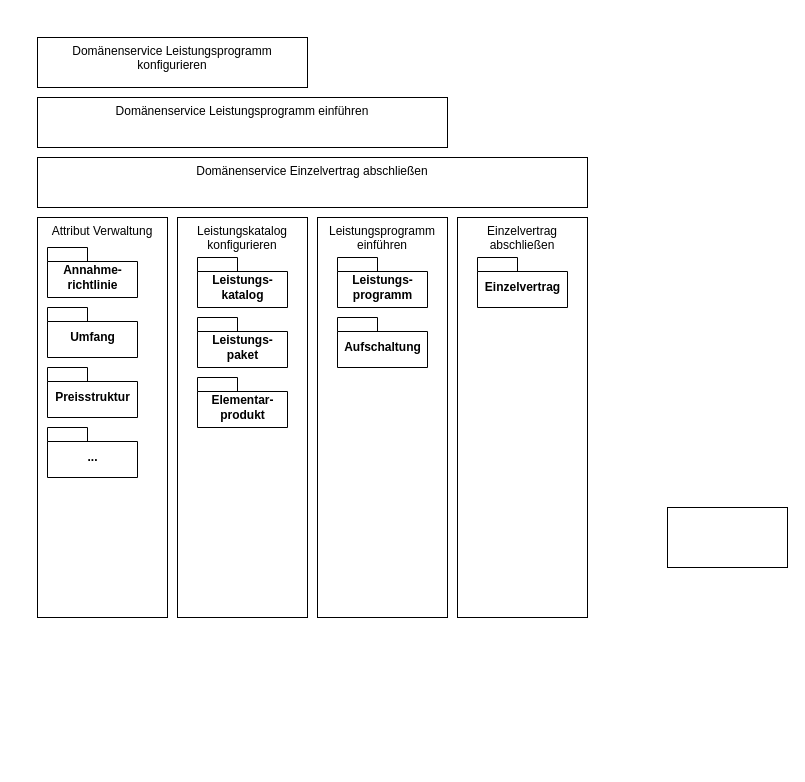
The draw.io diagram ArchitekturCarGarantie.drawio in Grinseteddy/OpenAPI-Specification, before the edit. Source tidied: cells renumbered, new cells numbered last; positions are measured from the earlier drawing's top-left corner, leaving out a move shared by most shapes. Both pictures are drawn from the tidied source at 100%, with x=0, y=0 at pixel (37, 37).
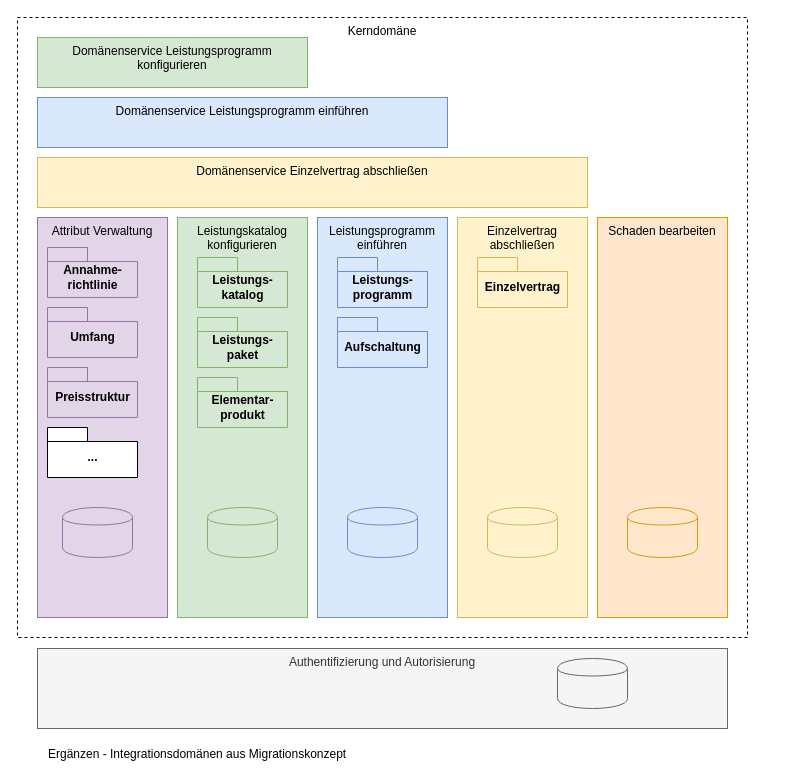
The same page after the edit.

What changed in the source:
```diff
@@
+    <mxCell id="20" value="Kerndomäne" style="rounded=0;whiteSpace=wrap;html=1;verticalAlign=top;dashed=1;" parent="1" vertex="1">
+      <mxGeometry x="-20" y="-20" width="730" height="620" as="geometry" />
+    </mxCell>
-    <mxCell id="2" value="Attribut Verwaltung" style="rounded=0;whiteSpace=wrap;html=1;verticalAlign=top;" parent="1" vertex="1">
+    <mxCell id="2" value="Attribut Verwaltung" style="rounded=0;whiteSpace=wrap;html=1;verticalAlign=top;fillColor=#e1d5e7;strokeColor=#9673a6;" parent="1" vertex="1">
       <mxGeometry y="180" width="130" height="400" as="geometry" />
     </mxCell>
-    <mxCell id="3" style="rounded=0;whiteSpace=wrap;html=1;" parent="1" vertex="1">
-      <mxGeometry x="630" y="470" width="120" height="60" as="geometry" />
-    </mxCell>
-    <mxCell id="4" value="Annahme-&lt;br&gt;richtlinie" style="shape=folder;fontStyle=1;spacingTop=10;tabWidth=40;tabHeight=14;tabPosition=left;html=1;" parent="1" vertex="1">
+    <mxCell id="4" value="Annahme-&lt;br&gt;richtlinie" style="shape=folder;fontStyle=1;spacingTop=10;tabWidth=40;tabHeight=14;tabPosition=left;html=1;fillColor=#e1d5e7;strokeColor=#9673a6;" parent="1" vertex="1">
       <mxGeometry x="10" y="210" width="90" height="50" as="geometry" />
     </mxCell>
-    <mxCell id="5" value="Umfang" style="shape=folder;fontStyle=1;spacingTop=10;tabWidth=40;tabHeight=14;tabPosition=left;html=1;" parent="1" vertex="1">
+    <mxCell id="5" value="Umfang" style="shape=folder;fontStyle=1;spacingTop=10;tabWidth=40;tabHeight=14;tabPosition=left;html=1;fillColor=#e1d5e7;strokeColor=#9673a6;" parent="1" vertex="1">
       <mxGeometry x="10" y="270" width="90" height="50" as="geometry" />
     </mxCell>
-    <mxCell id="6" value="Preisstruktur" style="shape=folder;fontStyle=1;spacingTop=10;tabWidth=40;tabHeight=14;tabPosition=left;html=1;" parent="1" vertex="1">
+    <mxCell id="6" value="Preisstruktur" style="shape=folder;fontStyle=1;spacingTop=10;tabWidth=40;tabHeight=14;tabPosition=left;html=1;fillColor=#e1d5e7;strokeColor=#9673a6;" parent="1" vertex="1">
       <mxGeometry x="10" y="330" width="90" height="50" as="geometry" />
     </mxCell>
@@
-    <mxCell id="8" value="Leistungskatalog&lt;br&gt;konfigurieren" style="rounded=0;whiteSpace=wrap;html=1;verticalAlign=top;" parent="1" vertex="1">
+    <mxCell id="8" value="Leistungskatalog&lt;br&gt;konfigurieren" style="rounded=0;whiteSpace=wrap;html=1;verticalAlign=top;fillColor=#d5e8d4;strokeColor=#82b366;" parent="1" vertex="1">
       <mxGeometry x="140" y="180" width="130" height="400" as="geometry" />
     </mxCell>
-    <mxCell id="9" value="Leistungs-&lt;br&gt;katalog" style="shape=folder;fontStyle=1;spacingTop=10;tabWidth=40;tabHeight=14;tabPosition=left;html=1;" parent="1" vertex="1">
+    <mxCell id="9" value="Leistungs-&lt;br&gt;katalog" style="shape=folder;fontStyle=1;spacingTop=10;tabWidth=40;tabHeight=14;tabPosition=left;html=1;fillColor=#d5e8d4;strokeColor=#82b366;" parent="1" vertex="1">
       <mxGeometry x="160" y="220" width="90" height="50" as="geometry" />
     </mxCell>
-    <mxCell id="10" value="Leistungs-&lt;br&gt;paket" style="shape=folder;fontStyle=1;spacingTop=10;tabWidth=40;tabHeight=14;tabPosition=left;html=1;" parent="1" vertex="1">
+    <mxCell id="10" value="Leistungs-&lt;br&gt;paket" style="shape=folder;fontStyle=1;spacingTop=10;tabWidth=40;tabHeight=14;tabPosition=left;html=1;fillColor=#d5e8d4;strokeColor=#82b366;" parent="1" vertex="1">
       <mxGeometry x="160" y="280" width="90" height="50" as="geometry" />
     </mxCell>
-    <mxCell id="11" value="Elementar-&lt;br&gt;produkt" style="shape=folder;fontStyle=1;spacingTop=10;tabWidth=40;tabHeight=14;tabPosition=left;html=1;" parent="1" vertex="1">
+    <mxCell id="11" value="Elementar-&lt;br&gt;produkt" style="shape=folder;fontStyle=1;spacingTop=10;tabWidth=40;tabHeight=14;tabPosition=left;html=1;fillColor=#d5e8d4;strokeColor=#82b366;" parent="1" vertex="1">
       <mxGeometry x="160" y="340" width="90" height="50" as="geometry" />
     </mxCell>
-    <mxCell id="12" value="Leistungsprogramm&lt;br&gt;einführen" style="rounded=0;whiteSpace=wrap;html=1;verticalAlign=top;" parent="1" vertex="1">
+    <mxCell id="12" value="Leistungsprogramm&lt;br&gt;einführen" style="rounded=0;whiteSpace=wrap;html=1;verticalAlign=top;fillColor=#dae8fc;strokeColor=#6c8ebf;" parent="1" vertex="1">
       <mxGeometry x="280" y="180" width="130" height="400" as="geometry" />
     </mxCell>
-    <mxCell id="13" value="Leistungs-&lt;br&gt;programm" style="shape=folder;fontStyle=1;spacingTop=10;tabWidth=40;tabHeight=14;tabPosition=left;html=1;" parent="1" vertex="1">
+    <mxCell id="13" value="Leistungs-&lt;br&gt;programm" style="shape=folder;fontStyle=1;spacingTop=10;tabWidth=40;tabHeight=14;tabPosition=left;html=1;fillColor=#dae8fc;strokeColor=#6c8ebf;" parent="1" vertex="1">
       <mxGeometry x="300" y="220" width="90" height="50" as="geometry" />
     </mxCell>
-    <mxCell id="14" value="Aufschaltung" style="shape=folder;fontStyle=1;spacingTop=10;tabWidth=40;tabHeight=14;tabPosition=left;html=1;" parent="1" vertex="1">
+    <mxCell id="14" value="Aufschaltung" style="shape=folder;fontStyle=1;spacingTop=10;tabWidth=40;tabHeight=14;tabPosition=left;html=1;fillColor=#dae8fc;strokeColor=#6c8ebf;" parent="1" vertex="1">
       <mxGeometry x="300" y="280" width="90" height="50" as="geometry" />
     </mxCell>
-    <mxCell id="15" value="Einzelvertrag&lt;br&gt;abschließen" style="rounded=0;whiteSpace=wrap;html=1;verticalAlign=top;" parent="1" vertex="1">
+    <mxCell id="15" value="Einzelvertrag&lt;br&gt;abschließen" style="rounded=0;whiteSpace=wrap;html=1;verticalAlign=top;fillColor=#fff2cc;strokeColor=#d6b656;" parent="1" vertex="1">
       <mxGeometry x="420" y="180" width="130" height="400" as="geometry" />
     </mxCell>
-    <mxCell id="16" value="Einzelvertrag" style="shape=folder;fontStyle=1;spacingTop=10;tabWidth=40;tabHeight=14;tabPosition=left;html=1;" parent="1" vertex="1">
+    <mxCell id="16" value="Einzelvertrag" style="shape=folder;fontStyle=1;spacingTop=10;tabWidth=40;tabHeight=14;tabPosition=left;html=1;fillColor=#fff2cc;strokeColor=#d6b656;" parent="1" vertex="1">
       <mxGeometry x="440" y="220" width="90" height="50" as="geometry" />
     </mxCell>
-    <mxCell id="17" value="Domänenservice Einzelvertrag abschließen" style="rounded=0;whiteSpace=wrap;html=1;verticalAlign=top;" parent="1" vertex="1">
+    <mxCell id="17" value="Domänenservice Einzelvertrag abschließen" style="rounded=0;whiteSpace=wrap;html=1;verticalAlign=top;fillColor=#fff2cc;strokeColor=#d6b656;" parent="1" vertex="1">
       <mxGeometry y="120" width="550" height="50" as="geometry" />
     </mxCell>
-    <mxCell id="18" value="Domänenservice Leistungsprogramm einführen" style="rounded=0;whiteSpace=wrap;html=1;verticalAlign=top;" parent="1" vertex="1">
+    <mxCell id="18" value="Domänenservice Leistungsprogramm einführen" style="rounded=0;whiteSpace=wrap;html=1;verticalAlign=top;fillColor=#dae8fc;strokeColor=#6c8ebf;" parent="1" vertex="1">
       <mxGeometry y="60" width="410" height="50" as="geometry" />
     </mxCell>
-    <mxCell id="19" value="Domänenservice Leistungsprogramm konfigurieren" style="rounded=0;whiteSpace=wrap;html=1;verticalAlign=top;" parent="1" vertex="1">
+    <mxCell id="19" value="Domänenservice Leistungsprogramm konfigurieren" style="rounded=0;whiteSpace=wrap;html=1;verticalAlign=top;fillColor=#d5e8d4;strokeColor=#82b366;" parent="1" vertex="1">
       <mxGeometry width="270" height="50" as="geometry" />
     </mxCell>
+    <mxCell id="21" value="Authentifizierung und Autorisierung" style="rounded=0;whiteSpace=wrap;html=1;verticalAlign=top;fillColor=#f5f5f5;strokeColor=#666666;fontColor=#333333;" parent="1" vertex="1">
+      <mxGeometry y="611" width="690" height="80" as="geometry" />
+    </mxCell>
+    <mxCell id="22" value="Schaden bearbeiten" style="rounded=0;whiteSpace=wrap;html=1;verticalAlign=top;fillColor=#ffe6cc;strokeColor=#d79b00;" parent="1" vertex="1">
+      <mxGeometry x="560" y="180" width="130" height="400" as="geometry" />
+    </mxCell>
+    <mxCell id="23" style="shape=cylinder;whiteSpace=wrap;html=1;boundedLbl=1;backgroundOutline=1;fillColor=#e1d5e7;strokeColor=#9673a6;" parent="1" vertex="1">
+      <mxGeometry x="25" y="470" width="70" height="50" as="geometry" />
+    </mxCell>
+    <mxCell id="24" style="shape=cylinder;whiteSpace=wrap;html=1;boundedLbl=1;backgroundOutline=1;fillColor=#d5e8d4;strokeColor=#82b366;" parent="1" vertex="1">
+      <mxGeometry x="170" y="470" width="70" height="50" as="geometry" />
+    </mxCell>
+    <mxCell id="25" style="shape=cylinder;whiteSpace=wrap;html=1;boundedLbl=1;backgroundOutline=1;fillColor=#dae8fc;strokeColor=#6c8ebf;" parent="1" vertex="1">
+      <mxGeometry x="310" y="470" width="70" height="50" as="geometry" />
+    </mxCell>
+    <mxCell id="26" style="shape=cylinder;whiteSpace=wrap;html=1;boundedLbl=1;backgroundOutline=1;fillColor=#fff2cc;strokeColor=#d6b656;" parent="1" vertex="1">
+      <mxGeometry x="450" y="470" width="70" height="50" as="geometry" />
+    </mxCell>
+    <mxCell id="27" style="shape=cylinder;whiteSpace=wrap;html=1;boundedLbl=1;backgroundOutline=1;fillColor=#ffe6cc;strokeColor=#d79b00;" parent="1" vertex="1">
+      <mxGeometry x="590" y="470" width="70" height="50" as="geometry" />
+    </mxCell>
+    <mxCell id="28" style="shape=cylinder;whiteSpace=wrap;html=1;boundedLbl=1;backgroundOutline=1;fillColor=#f5f5f5;strokeColor=#666666;fontColor=#333333;" parent="1" vertex="1">
+      <mxGeometry x="520" y="621" width="70" height="50" as="geometry" />
+    </mxCell>
+    <mxCell id="29" value="Ergänzen - Integrationsdomänen aus Migrationskonzept" style="text;html=1;align=left;verticalAlign=top;spacingTop=-4;" parent="1" vertex="1">
+      <mxGeometry x="9" y="707" width="310" height="20" as="geometry" />
+    </mxCell>
```
